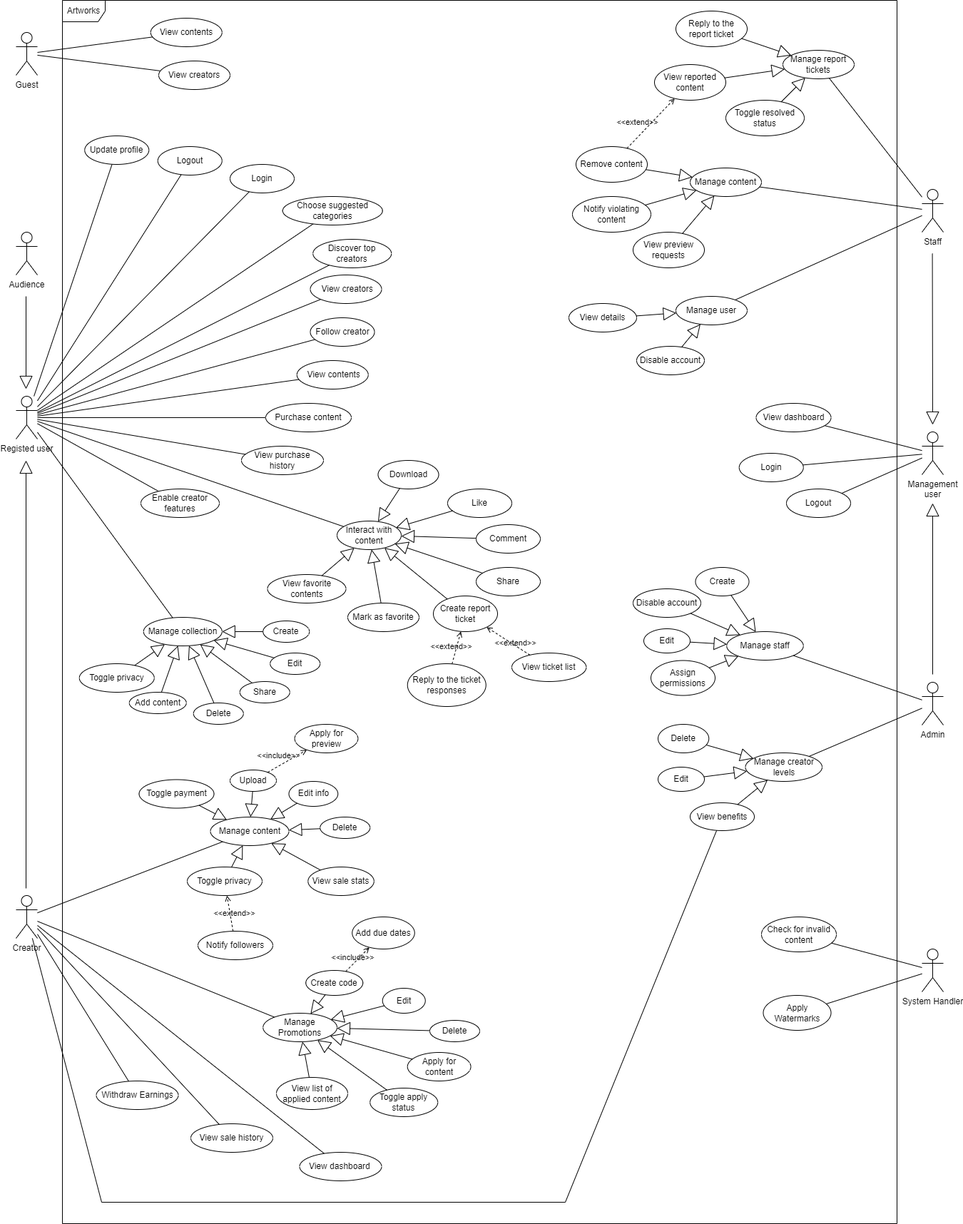
The draw.io diagram diagrams/usecase.drawio.png in voanhhieu10250/SWD392, before a commit. Source tidied: cells renumbered, new cells last; positions are measured from the earlier drawing's top-left corner, leaving out a move shared by most shapes.
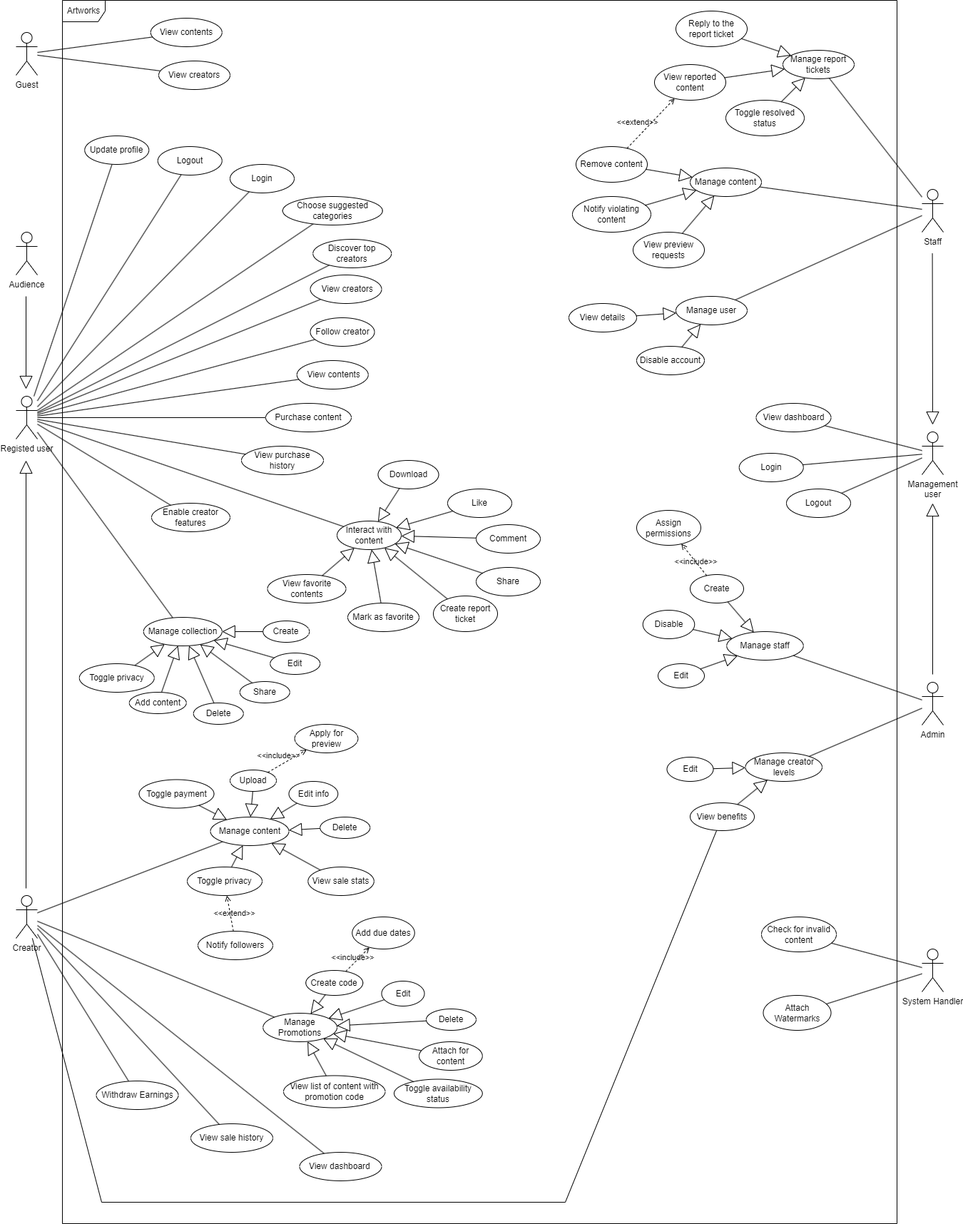
After the commit.

What changed in the source:
```diff
@@ -99,7 +99,7 @@
       <mxGeometry x="465" y="845" width="100" height="40" as="geometry" />
     </mxCell>
     <mxCell id="34" value="Enable creator features" style="ellipse;whiteSpace=wrap;html=1;" parent="1" vertex="1">
-      <mxGeometry x="175" y="685" width="110" height="40" as="geometry" />
+      <mxGeometry x="190" y="705" width="110" height="40" as="geometry" />
     </mxCell>
     <mxCell id="35" value="View favorite contents" style="ellipse;whiteSpace=wrap;html=1;" parent="1" vertex="1">
       <mxGeometry x="352.5" y="805" width="110" height="40" as="geometry" />
@@ -290,13 +290,13 @@
       <mxGeometry x="406.2" y="1360" width="80" height="35" as="geometry" />
     </mxCell>
     <mxCell id="95" value="Edit" style="ellipse;whiteSpace=wrap;html=1;" parent="1" vertex="1">
-      <mxGeometry x="513.8" y="1385" width="60" height="35" as="geometry" />
+      <mxGeometry x="512.5" y="1375" width="60" height="35" as="geometry" />
     </mxCell>
-    <mxCell id="96" value="Toggle apply status" style="ellipse;whiteSpace=wrap;html=1;" parent="1" vertex="1">
-      <mxGeometry x="496.2" y="1525" width="95" height="40" as="geometry" />
+    <mxCell id="96" value="Toggle availability status" style="ellipse;whiteSpace=wrap;html=1;" parent="1" vertex="1">
+      <mxGeometry x="530" y="1512.5" width="123.8" height="40" as="geometry" />
     </mxCell>
     <mxCell id="97" value="Delete" style="ellipse;whiteSpace=wrap;html=1;" parent="1" vertex="1">
-      <mxGeometry x="580" y="1430" width="70" height="30" as="geometry" />
+      <mxGeometry x="575" y="1414" width="70" height="30" as="geometry" />
     </mxCell>
     <mxCell id="98" style="endArrow=block;endSize=16;endFill=0;html=1;rounded=0;" parent="1" edge="1" source="97" target="93">
       <mxGeometry relative="1" as="geometry" />
@@ -310,14 +310,14 @@
     <mxCell id="101" style="endArrow=block;endSize=16;endFill=0;html=1;rounded=0;" parent="1" edge="1" source="96" target="93">
       <mxGeometry relative="1" as="geometry" />
     </mxCell>
-    <mxCell id="102" value="Apply for content" style="ellipse;whiteSpace=wrap;html=1;" parent="1" vertex="1">
-      <mxGeometry x="548.8" y="1475" width="88.8" height="40" as="geometry" />
+    <mxCell id="102" value="Attach for content" style="ellipse;whiteSpace=wrap;html=1;" parent="1" vertex="1">
+      <mxGeometry x="565" y="1460" width="88.8" height="40" as="geometry" />
     </mxCell>
     <mxCell id="103" style="endArrow=block;endSize=16;endFill=0;html=1;rounded=0;" parent="1" edge="1" source="102" target="93">
       <mxGeometry relative="1" as="geometry" />
     </mxCell>
-    <mxCell id="104" value="View list of applied content" style="ellipse;whiteSpace=wrap;html=1;" parent="1" vertex="1">
-      <mxGeometry x="365" y="1510" width="100" height="45" as="geometry" />
+    <mxCell id="104" value="View list of content with promotion code" style="ellipse;whiteSpace=wrap;html=1;" parent="1" vertex="1">
+      <mxGeometry x="375" y="1507.5" width="142.5" height="45" as="geometry" />
     </mxCell>
     <mxCell id="105" style="endArrow=block;endSize=16;endFill=0;html=1;rounded=0;" parent="1" edge="1" source="104" target="93">
       <mxGeometry relative="1" as="geometry" />
@@ -373,12 +373,6 @@
     <mxCell id="122" value="Toggle resolved status" style="ellipse;whiteSpace=wrap;html=1;" parent="1" vertex="1">
       <mxGeometry x="995" y="140" width="110" height="50" as="geometry" />
     </mxCell>
-    <mxCell id="123" value="Reply to the ticket responses" style="ellipse;whiteSpace=wrap;html=1;" parent="1" vertex="1">
-      <mxGeometry x="548.8" y="930" width="110" height="60" as="geometry" />
-    </mxCell>
-    <mxCell id="124" value="&amp;lt;&amp;lt;extend&amp;gt;&amp;gt;" style="html=1;verticalAlign=bottom;labelBackgroundColor=none;endArrow=open;endFill=0;dashed=1;rounded=0;" parent="1" edge="1" source="123" target="32">
-      <mxGeometry x="-0.39" y="5" relative="1" as="geometry" />
-    </mxCell>
     <mxCell id="125" style="endArrow=block;endSize=16;endFill=0;html=1;rounded=0;" parent="1" edge="1" source="116" target="115">
       <mxGeometry relative="1" as="geometry" />
     </mxCell>
@@ -400,12 +394,6 @@
     <mxCell id="131" style="endArrow=block;endSize=16;endFill=0;html=1;rounded=0;" parent="1" edge="1" source="120" target="118">
       <mxGeometry relative="1" as="geometry" />
     </mxCell>
-    <mxCell id="132" value="&amp;lt;&amp;lt;extend&amp;gt;&amp;gt;" style="html=1;verticalAlign=bottom;labelBackgroundColor=none;endArrow=open;endFill=0;dashed=1;rounded=0;" parent="1" edge="1" source="133" target="32">
-      <mxGeometry x="-0.39" y="5" relative="1" as="geometry" />
-    </mxCell>
-    <mxCell id="133" value="View ticket list" style="ellipse;whiteSpace=wrap;html=1;" parent="1" vertex="1">
-      <mxGeometry x="695" y="915" width="104.4" height="40" as="geometry" />
-    </mxCell>
     <mxCell id="134" value="View details" style="ellipse;whiteSpace=wrap;html=1;" parent="1" vertex="1">
       <mxGeometry x="775" y="425" width="95" height="40" as="geometry" />
     </mxCell>
@@ -425,25 +413,19 @@
       <mxGeometry x="1037.5" y="565" width="105" height="40" as="geometry" />
     </mxCell>
     <mxCell id="140" value="Edit" style="ellipse;whiteSpace=wrap;html=1;" parent="1" vertex="1">
-      <mxGeometry x="900" y="1075" width="65" height="34" as="geometry" />
+      <mxGeometry x="912.5" y="1061" width="65" height="34" as="geometry" />
     </mxCell>
     <mxCell id="141" style="endArrow=block;endSize=16;endFill=0;html=1;rounded=0;" parent="1" edge="1" source="140" target="80">
       <mxGeometry relative="1" as="geometry" />
     </mxCell>
-    <mxCell id="142" value="Delete" style="ellipse;whiteSpace=wrap;html=1;" parent="1" vertex="1">
-      <mxGeometry x="900" y="1015" width="71.2" height="40" as="geometry" />
-    </mxCell>
-    <mxCell id="143" style="endArrow=block;endSize=16;endFill=0;html=1;rounded=0;" parent="1" edge="1" source="142" target="80">
-      <mxGeometry relative="1" as="geometry" />
-    </mxCell>
     <mxCell id="144" value="Manage staff" style="ellipse;whiteSpace=wrap;html=1;" parent="1" vertex="1">
       <mxGeometry x="996.2" y="885" width="107.5" height="40" as="geometry" />
     </mxCell>
     <mxCell id="145" value="Create" style="ellipse;whiteSpace=wrap;html=1;" parent="1" vertex="1">
-      <mxGeometry x="952.5" y="795" width="75" height="40" as="geometry" />
+      <mxGeometry x="945" y="805" width="75" height="40" as="geometry" />
     </mxCell>
     <mxCell id="146" value="Edit" style="ellipse;whiteSpace=wrap;html=1;" parent="1" vertex="1">
-      <mxGeometry x="880" y="881" width="65" height="34" as="geometry" />
+      <mxGeometry x="900" y="930" width="65" height="34" as="geometry" />
     </mxCell>
     <mxCell id="147" style="endArrow=block;endSize=16;endFill=0;html=1;rounded=0;" parent="1" edge="1" source="146" target="144">
       <mxGeometry relative="1" as="geometry" />
@@ -455,11 +437,8 @@
       <mxGeometry relative="1" as="geometry" />
     </mxCell>
     <mxCell id="150" value="Assign permissions" style="ellipse;whiteSpace=wrap;html=1;" parent="1" vertex="1">
-      <mxGeometry x="890" y="925.5" width="90" height="49" as="geometry" />
+      <mxGeometry x="870" y="715" width="90" height="49" as="geometry" />
     </mxCell>
-    <mxCell id="151" style="endArrow=block;endSize=16;endFill=0;html=1;rounded=0;" parent="1" edge="1" source="150" target="144">
-      <mxGeometry relative="1" as="geometry" />
-    </mxCell>
     <mxCell id="152" style="edgeStyle=none;shape=connector;rounded=0;jettySize=auto;html=1;labelBackgroundColor=default;strokeColor=default;align=center;verticalAlign=middle;fontFamily=Helvetica;fontSize=11;fontColor=default;endArrow=none;endFill=0;" parent="1" edge="1" source="154" target="155">
       <mxGeometry relative="1" as="geometry" />
     </mxCell>
@@ -472,7 +451,7 @@
     <mxCell id="155" value="Check for invalid content" style="ellipse;whiteSpace=wrap;html=1;" parent="1" vertex="1">
       <mxGeometry x="1045" y="1285" width="105" height="49" as="geometry" />
     </mxCell>
-    <mxCell id="156" value="Apply Watermarks" style="ellipse;whiteSpace=wrap;html=1;" parent="1" vertex="1">
+    <mxCell id="156" value="Attach Watermarks" style="ellipse;whiteSpace=wrap;html=1;" parent="1" vertex="1">
       <mxGeometry x="1047.5" y="1395" width="95" height="49" as="geometry" />
     </mxCell>
     <mxCell id="157" value="Audience" style="shape=umlActor;verticalLabelPosition=bottom;verticalAlign=top;html=1;" parent="1" vertex="1">
@@ -511,8 +490,11 @@
         <mxPoint x="1285" y="595" as="targetPoint" />
       </mxGeometry>
     </mxCell>
-    <mxCell id="166" value="Disable account" style="ellipse;whiteSpace=wrap;html=1;" parent="1" vertex="1">
-      <mxGeometry x="865" y="825" width="95" height="40" as="geometry" />
+    <mxCell id="166" value="Disable" style="ellipse;whiteSpace=wrap;html=1;" parent="1" vertex="1">
+      <mxGeometry x="878.8" y="855" width="72.5" height="40" as="geometry" />
     </mxCell>
+    <mxCell id="167" value="&amp;lt;&amp;lt;include&amp;gt;&amp;gt;" style="html=1;verticalAlign=bottom;labelBackgroundColor=none;endArrow=open;endFill=0;dashed=1;rounded=0;" parent="1" edge="1" source="145" target="150">
+      <mxGeometry x="-0.38" y="5" relative="1" as="geometry" />
+    </mxCell>
   </root>
 </mxGraphModel>
```
